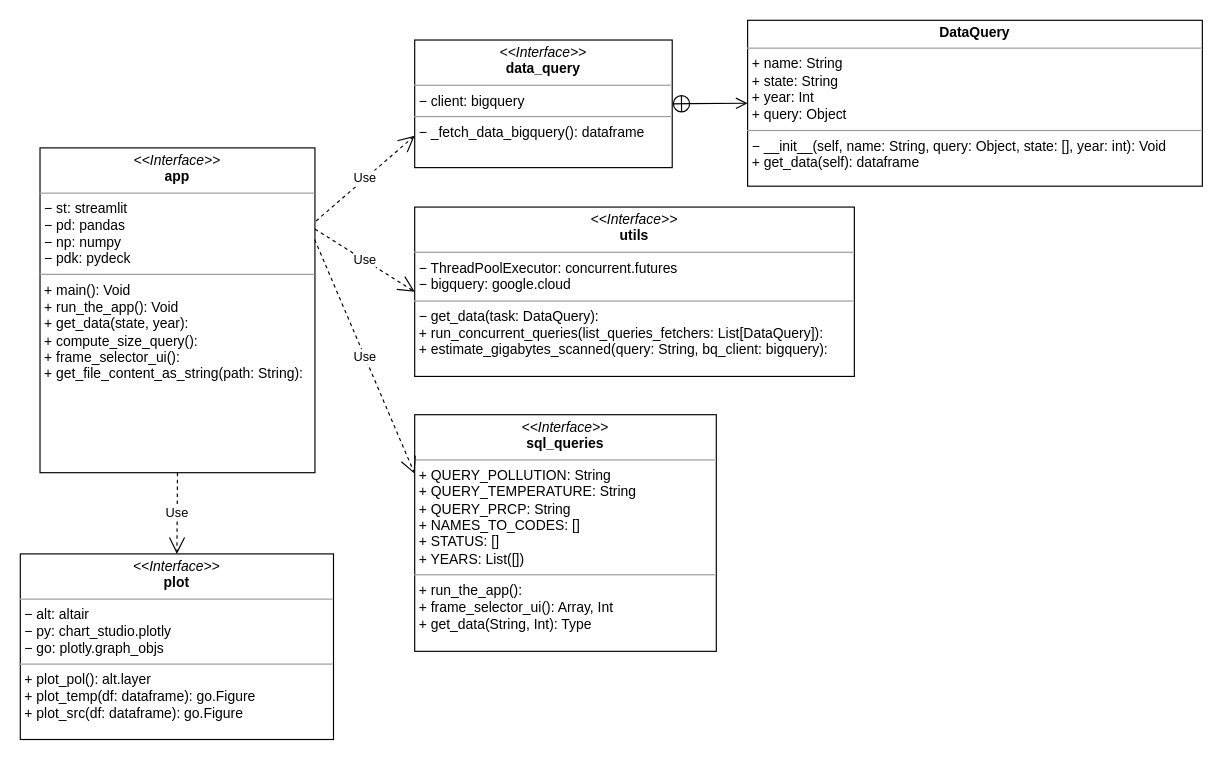
Before: page "UML" (4 of 4) of LocalMonitor.drawio in kaoru387/draw.io, a draw.io diagram. Source tidied: cells renumbered, new cells numbered last; positions are measured from the earlier drawing's top-left corner, leaving out a move shared by most shapes. Both pictures are drawn from the tidied source at 116%, with x=0, y=0 at pixel (20, 20).
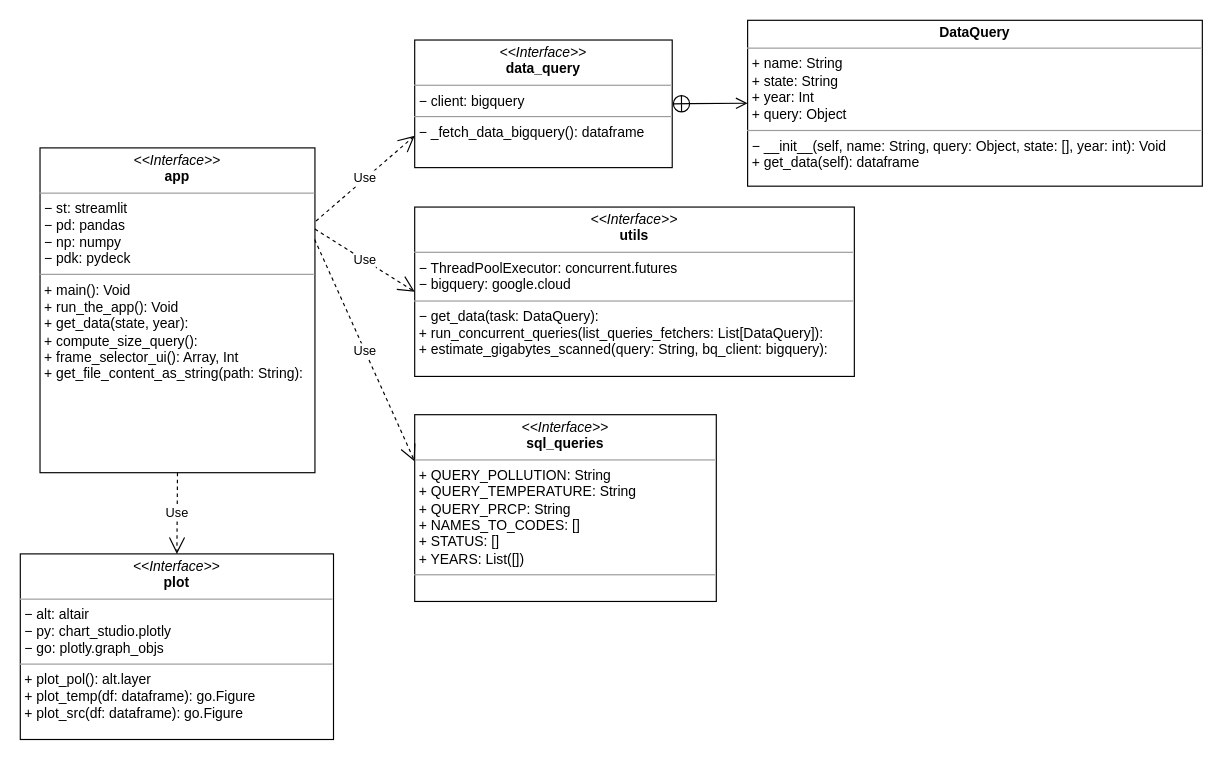
The same page after the edit.

Diff of the diagram source:
```diff
@@
 <mxGraphModel>
   <root>
     <mxCell id="0" />
     <mxCell id="1" parent="0" />
-    <mxCell id="2" value="&lt;p style=&quot;margin:0px;margin-top:4px;text-align:center;&quot;&gt;&lt;i&gt;&amp;lt;&amp;lt;Interface&amp;gt;&amp;gt;&lt;/i&gt;&lt;br&gt;&lt;b&gt;sql_queries&lt;/b&gt;&lt;/p&gt;&lt;hr size=&quot;1&quot;&gt;&lt;p style=&quot;margin:0px;margin-left:4px;&quot;&gt;+ QUERY_POLLUTION: String&lt;/p&gt;&lt;p style=&quot;margin:0px;margin-left:4px;&quot;&gt;+ QUERY_TEMPERATURE: String&lt;/p&gt;&lt;p style=&quot;margin:0px;margin-left:4px;&quot;&gt;+ QUERY_PRCP: String&lt;br&gt;+ NAMES_TO_CODES: []&lt;br&gt;&lt;/p&gt;&lt;p style=&quot;margin:0px;margin-left:4px;&quot;&gt;+ STATUS: []&lt;br&gt;&lt;/p&gt;&lt;p style=&quot;margin:0px;margin-left:4px;&quot;&gt;+ YEARS: List([])&lt;br&gt;&lt;/p&gt;&lt;hr size=&quot;1&quot;&gt;&lt;p style=&quot;margin:0px;margin-left:4px;&quot;&gt;+&amp;nbsp;run_the_app():&amp;nbsp;&lt;/p&gt;&lt;p style=&quot;margin:0px;margin-left:4px;&quot;&gt;+ frame_selector_ui(): Array, Int&lt;br&gt;+ get_data(String, Int): Type&lt;/p&gt;" style="verticalAlign=top;align=left;overflow=fill;fontSize=12;fontFamily=Helvetica;html=1;" parent="1" vertex="1">
-      <mxGeometry x="340" y="340" width="260" height="204" as="geometry" />
+    <mxCell id="2" value="&lt;p style=&quot;margin:0px;margin-top:4px;text-align:center;&quot;&gt;&lt;i&gt;&amp;lt;&amp;lt;Interface&amp;gt;&amp;gt;&lt;/i&gt;&lt;br&gt;&lt;b&gt;sql_queries&lt;/b&gt;&lt;/p&gt;&lt;hr size=&quot;1&quot;&gt;&lt;p style=&quot;margin:0px;margin-left:4px;&quot;&gt;+ QUERY_POLLUTION: String&lt;/p&gt;&lt;p style=&quot;margin:0px;margin-left:4px;&quot;&gt;+ QUERY_TEMPERATURE: String&lt;/p&gt;&lt;p style=&quot;margin:0px;margin-left:4px;&quot;&gt;+ QUERY_PRCP: String&lt;br&gt;+ NAMES_TO_CODES: []&lt;br&gt;&lt;/p&gt;&lt;p style=&quot;margin:0px;margin-left:4px;&quot;&gt;+ STATUS: []&lt;br&gt;&lt;/p&gt;&lt;p style=&quot;margin:0px;margin-left:4px;&quot;&gt;+ YEARS: List([])&lt;br&gt;&lt;/p&gt;&lt;hr size=&quot;1&quot;&gt;&lt;p style=&quot;margin:0px;margin-left:4px;&quot;&gt;&lt;br&gt;&lt;/p&gt;" style="verticalAlign=top;align=left;overflow=fill;fontSize=12;fontFamily=Helvetica;html=1;" parent="1" vertex="1">
+      <mxGeometry x="340" y="340" width="260" height="161" as="geometry" />
     </mxCell>
     <mxCell id="3" value="&lt;p style=&quot;margin:0px;margin-top:4px;text-align:center;&quot;&gt;&lt;b&gt;DataQuery&lt;/b&gt;&lt;/p&gt;&lt;hr size=&quot;1&quot;&gt;&lt;p style=&quot;margin: 0px 0px 0px 4px;&quot;&gt;+ name: String&lt;br&gt;+ state: String&lt;/p&gt;&lt;p style=&quot;margin: 0px 0px 0px 4px;&quot;&gt;+ year: Int&lt;/p&gt;&lt;p style=&quot;margin: 0px 0px 0px 4px;&quot;&gt;+ query: Object&lt;/p&gt;&lt;hr size=&quot;1&quot;&gt;&lt;p style=&quot;margin:0px;margin-left:4px;&quot;&gt;− __init__(self, name: String, query: Object, state: [], year: int): Void&lt;/p&gt;&lt;p style=&quot;margin:0px;margin-left:4px;&quot;&gt;+ get_data(self): dataframe&lt;/p&gt;" style="verticalAlign=top;align=left;overflow=fill;fontSize=12;fontFamily=Helvetica;html=1;" parent="1" vertex="1">
       <mxGeometry x="627" width="392" height="143" as="geometry" />
     </mxCell>
     <mxCell id="4" value="&lt;p style=&quot;margin:0px;margin-top:4px;text-align:center;&quot;&gt;&lt;i&gt;&amp;lt;&amp;lt;Interface&amp;gt;&amp;gt;&lt;/i&gt;&lt;br&gt;&lt;b&gt;utils&lt;/b&gt;&lt;/p&gt;&lt;hr size=&quot;1&quot;&gt;&lt;p style=&quot;margin:0px;margin-left:4px;&quot;&gt;− ThreadPoolExecutor: concurrent.futures&lt;/p&gt;&lt;p style=&quot;margin:0px;margin-left:4px;&quot;&gt;− bigquery: google.cloud&lt;/p&gt;&lt;hr size=&quot;1&quot;&gt;&lt;p style=&quot;margin:0px;margin-left:4px;&quot;&gt;− get_data(task: DataQuery):&amp;nbsp;&lt;br&gt;&lt;/p&gt;&lt;p style=&quot;margin:0px;margin-left:4px;&quot;&gt;+&amp;nbsp;run_concurrent_queries(list_queries_fetchers: List[DataQuery]):&amp;nbsp;&lt;/p&gt;&lt;p style=&quot;margin:0px;margin-left:4px;&quot;&gt;+ estimate_gigabytes_scanned(query: String,&amp;nbsp;bq_client: bigquery&lt;span style=&quot;background-color: initial;&quot;&gt;):&amp;nbsp;&lt;/span&gt;&lt;/p&gt;" style="verticalAlign=top;align=left;overflow=fill;fontSize=12;fontFamily=Helvetica;html=1;" parent="1" vertex="1">
       <mxGeometry x="340" y="161" width="379" height="146" as="geometry" />
     </mxCell>
     <mxCell id="5" value="&lt;p style=&quot;margin:0px;margin-top:4px;text-align:center;&quot;&gt;&lt;i&gt;&amp;lt;&amp;lt;Interface&amp;gt;&amp;gt;&lt;/i&gt;&lt;br&gt;&lt;b&gt;plot&lt;/b&gt;&lt;/p&gt;&lt;hr size=&quot;1&quot;&gt;&lt;p style=&quot;margin:0px;margin-left:4px;&quot;&gt;− alt: altair&lt;/p&gt;&lt;p style=&quot;margin:0px;margin-left:4px;&quot;&gt;− py: chart_studio.plotly&lt;br&gt;&lt;/p&gt;&lt;p style=&quot;margin:0px;margin-left:4px;&quot;&gt;− go: plotly.graph_objs&lt;br&gt;&lt;/p&gt;&lt;hr size=&quot;1&quot;&gt;&lt;p style=&quot;margin:0px;margin-left:4px;&quot;&gt;+ plot_pol(): alt.layer&lt;br&gt;&lt;/p&gt;&lt;p style=&quot;margin:0px;margin-left:4px;&quot;&gt;+&amp;nbsp;plot_temp(df: dataframe): go.Figure&amp;nbsp;&amp;nbsp;&lt;/p&gt;&lt;p style=&quot;margin:0px;margin-left:4px;&quot;&gt;+ plot_src(df: dataframe): go.Figure&lt;/p&gt;" style="verticalAlign=top;align=left;overflow=fill;fontSize=12;fontFamily=Helvetica;html=1;" parent="1" vertex="1">
       <mxGeometry y="460" width="270" height="160" as="geometry" />
     </mxCell>
-    <mxCell id="6" value="&lt;p style=&quot;margin:0px;margin-top:4px;text-align:center;&quot;&gt;&lt;i&gt;&amp;lt;&amp;lt;Interface&amp;gt;&amp;gt;&lt;/i&gt;&lt;br&gt;&lt;b&gt;app&lt;/b&gt;&lt;/p&gt;&lt;hr size=&quot;1&quot;&gt;&lt;p style=&quot;margin:0px;margin-left:4px;&quot;&gt;− st: streamlit&lt;br&gt;−&amp;nbsp;pd: pandas&lt;/p&gt;&lt;p style=&quot;margin:0px;margin-left:4px;&quot;&gt;− np: numpy&lt;/p&gt;&lt;p style=&quot;margin:0px;margin-left:4px;&quot;&gt;− pdk: pydeck&lt;/p&gt;&lt;hr size=&quot;1&quot;&gt;&lt;p style=&quot;margin:0px;margin-left:4px;&quot;&gt;+ main(): Void&lt;br&gt;+ run_the_app(): Void&lt;/p&gt;&lt;p style=&quot;margin:0px;margin-left:4px;&quot;&gt;+ get_data(state, year):&amp;nbsp;&lt;/p&gt;&lt;p style=&quot;margin:0px;margin-left:4px;&quot;&gt;+&amp;nbsp;compute_size_query():&amp;nbsp;&lt;/p&gt;&lt;p style=&quot;margin:0px;margin-left:4px;&quot;&gt;+ frame_selector_ui():&amp;nbsp;&lt;/p&gt;&lt;p style=&quot;margin:0px;margin-left:4px;&quot;&gt;+&amp;nbsp;get_file_content_as_string(path: String):&amp;nbsp;&lt;/p&gt;" style="verticalAlign=top;align=left;overflow=fill;fontSize=12;fontFamily=Helvetica;html=1;" parent="1" vertex="1">
+    <mxCell id="6" value="&lt;p style=&quot;margin:0px;margin-top:4px;text-align:center;&quot;&gt;&lt;i&gt;&amp;lt;&amp;lt;Interface&amp;gt;&amp;gt;&lt;/i&gt;&lt;br&gt;&lt;b&gt;app&lt;/b&gt;&lt;/p&gt;&lt;hr size=&quot;1&quot;&gt;&lt;p style=&quot;margin:0px;margin-left:4px;&quot;&gt;− st: streamlit&lt;br&gt;−&amp;nbsp;pd: pandas&lt;/p&gt;&lt;p style=&quot;margin:0px;margin-left:4px;&quot;&gt;− np: numpy&lt;/p&gt;&lt;p style=&quot;margin:0px;margin-left:4px;&quot;&gt;− pdk: pydeck&lt;/p&gt;&lt;hr size=&quot;1&quot;&gt;&lt;p style=&quot;margin:0px;margin-left:4px;&quot;&gt;+ main(): Void&lt;br&gt;+ run_the_app(): Void&lt;/p&gt;&lt;p style=&quot;margin:0px;margin-left:4px;&quot;&gt;+ get_data(state, year):&amp;nbsp;&lt;/p&gt;&lt;p style=&quot;margin:0px;margin-left:4px;&quot;&gt;+&amp;nbsp;compute_size_query():&amp;nbsp;&lt;/p&gt;&lt;p style=&quot;margin:0px;margin-left:4px;&quot;&gt;+ frame_selector_ui(): Array, Int&lt;br&gt;&lt;/p&gt;&lt;p style=&quot;margin:0px;margin-left:4px;&quot;&gt;+&amp;nbsp;get_file_content_as_string(path: String):&amp;nbsp;&lt;/p&gt;" style="verticalAlign=top;align=left;overflow=fill;fontSize=12;fontFamily=Helvetica;html=1;" parent="1" vertex="1">
       <mxGeometry x="17" y="110" width="237" height="280" as="geometry" />
     </mxCell>
     <mxCell id="7" value="Use" style="endArrow=open;endSize=12;dashed=1;html=1;rounded=0;exitX=1;exitY=0.25;exitDx=0;exitDy=0;entryX=0;entryY=0.5;entryDx=0;entryDy=0;" parent="1" edge="1" source="6" target="4">
       <mxGeometry relative="1" as="geometry" />
     </mxCell>
     <mxCell id="8" value="&lt;p style=&quot;margin:0px;margin-top:4px;text-align:center;&quot;&gt;&lt;i&gt;&amp;lt;&amp;lt;Interface&amp;gt;&amp;gt;&lt;/i&gt;&lt;br&gt;&lt;b&gt;data_query&lt;/b&gt;&lt;/p&gt;&lt;hr size=&quot;1&quot;&gt;&lt;p style=&quot;margin:0px;margin-left:4px;&quot;&gt;&lt;span style=&quot;background-color: initial;&quot;&gt;− client: bigquery&lt;/span&gt;&lt;br&gt;&lt;/p&gt;&lt;hr size=&quot;1&quot;&gt;&lt;p style=&quot;margin:0px;margin-left:4px;&quot;&gt;− _fetch_data_bigquery(): dataframe&lt;/p&gt;" style="verticalAlign=top;align=left;overflow=fill;fontSize=12;fontFamily=Helvetica;html=1;" parent="1" vertex="1">
       <mxGeometry x="340" y="17" width="222" height="110" as="geometry" />
     </mxCell>
     <mxCell id="9" style="endArrow=open;startArrow=circlePlus;endFill=0;startFill=0;endSize=8;html=1;rounded=0;exitX=1;exitY=0.5;exitDx=0;exitDy=0;entryX=0;entryY=0.5;entryDx=0;entryDy=0;" parent="1" edge="1" source="8" target="3">
       <mxGeometry relative="1" as="geometry" />
     </mxCell>
     <mxCell id="10" value="Use" style="endArrow=open;endSize=12;dashed=1;html=1;rounded=0;exitX=1.004;exitY=0.225;exitDx=0;exitDy=0;entryX=0;entryY=0.75;entryDx=0;entryDy=0;exitPerimeter=0;" parent="1" edge="1" source="6" target="8">
       <mxGeometry relative="1" as="geometry" />
     </mxCell>
     <mxCell id="11" value="Use" style="endArrow=open;endSize=12;dashed=1;html=1;rounded=0;entryX=0;entryY=0.25;entryDx=0;entryDy=0;exitX=0.999;exitY=0.282;exitDx=0;exitDy=0;exitPerimeter=0;" parent="1" edge="1" source="6" target="2">
       <mxGeometry relative="1" as="geometry" />
     </mxCell>
     <mxCell id="12" value="Use" style="endArrow=open;endSize=12;dashed=1;html=1;rounded=0;exitX=0.5;exitY=1;exitDx=0;exitDy=0;entryX=0.5;entryY=0;entryDx=0;entryDy=0;" parent="1" edge="1" source="6" target="5">
       <mxGeometry relative="1" as="geometry" />
     </mxCell>
   </root>
 </mxGraphModel>
```
